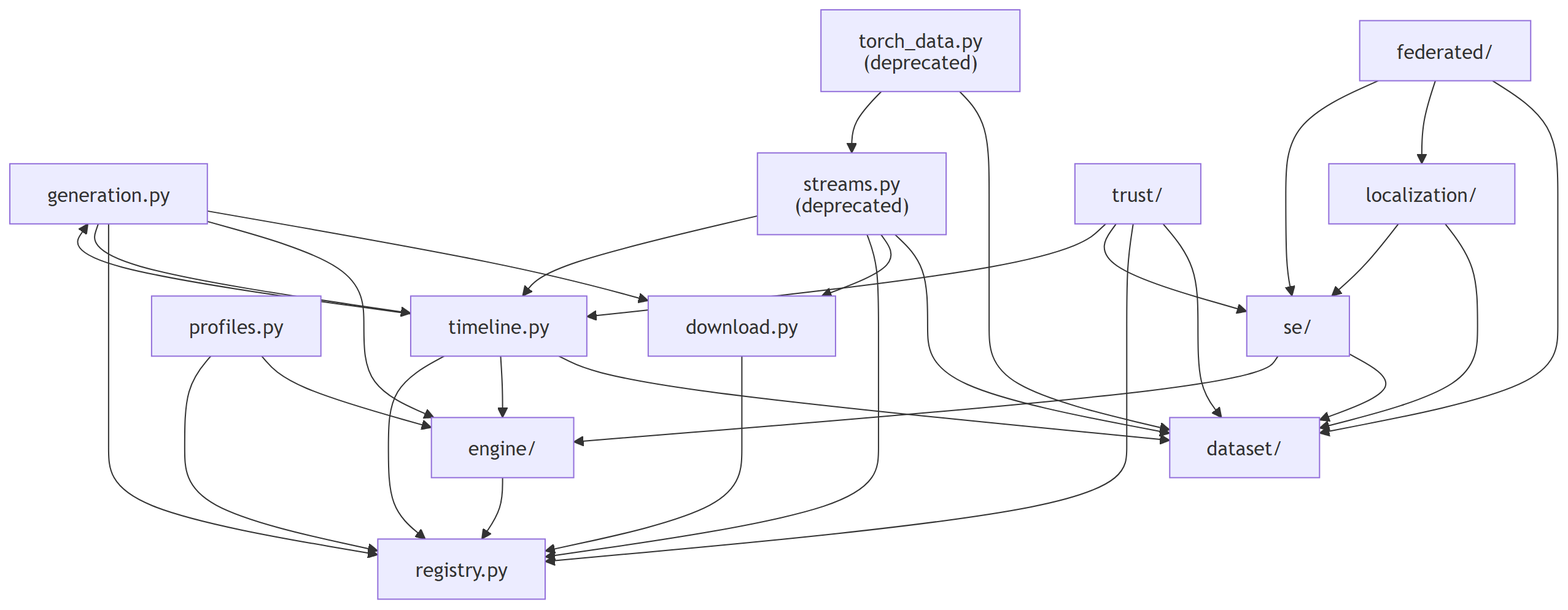
This is docs/figures/diagrams/modules.png from myersben9/fdia-graph, a Mermaid export, as it was before one commit. Its source is kept beside it as docs/figures/diagrams/modules.mmd.
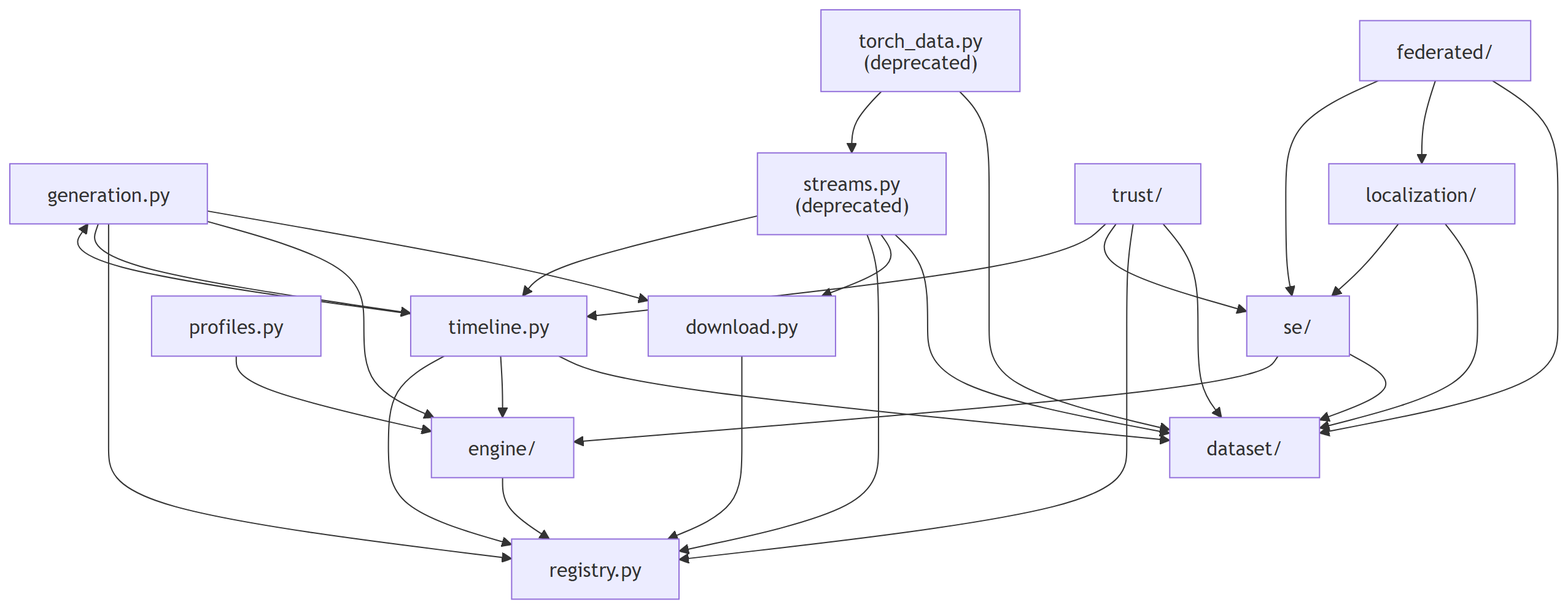
The same file after the commit.

Diff of the diagram source:
```diff
@@ -24,7 +24,6 @@
     localization --> dataset
     localization --> se
     profiles --> engine
-    profiles --> registry
     se --> dataset
     se --> engine
     streams --> dataset
```
